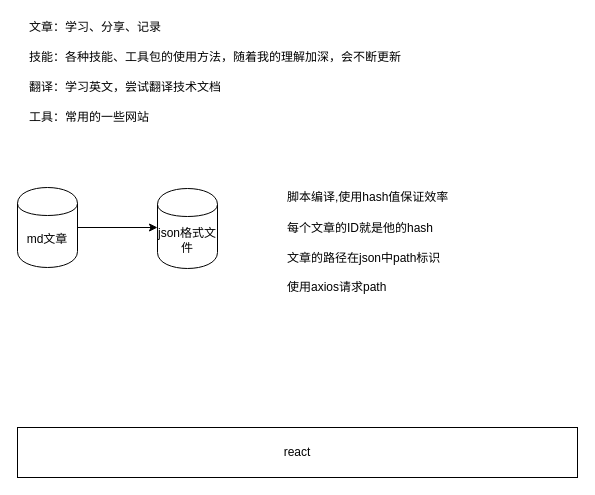
The draw.io diagram farmework.drawio in sdta25196/my-blog, before the edit. Source tidied: cells renumbered, new cells numbered last; positions are measured from the earlier drawing's top-left corner, leaving out a move shared by most shapes. Both pictures are drawn from the tidied source at 100%, with x=0, y=0 at pixel (17, 17).
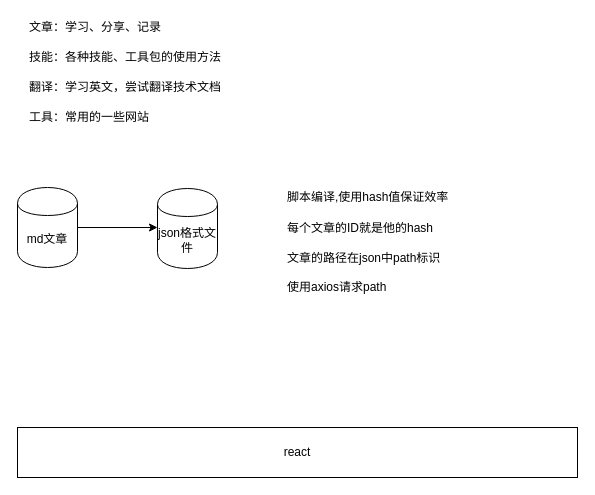
The same page after the edit.

What changed in the source:
```diff
@@
 <mxGraphModel>
   <root>
     <mxCell id="0" />
     <mxCell id="1" parent="0" />
     <mxCell id="2" value="md文章" style="shape=cylinder;whiteSpace=wrap;html=1;boundedLbl=1;backgroundOutline=1;" parent="1" vertex="1">
       <mxGeometry y="170" width="60" height="80" as="geometry" />
     </mxCell>
     <mxCell id="3" value="react" style="rounded=0;whiteSpace=wrap;html=1;" parent="1" vertex="1">
       <mxGeometry y="410" width="560" height="50" as="geometry" />
     </mxCell>
     <mxCell id="4" style="endArrow=classic;html=1;" parent="1" edge="1">
       <mxGeometry relative="1" as="geometry">
         <mxPoint x="60" y="210" as="sourcePoint" />
         <mxPoint x="140" y="210" as="targetPoint" />
       </mxGeometry>
     </mxCell>
     <mxCell id="5" value="json格式文件" style="shape=cylinder;whiteSpace=wrap;html=1;boundedLbl=1;backgroundOutline=1;" parent="1" vertex="1">
       <mxGeometry x="140" y="171" width="60" height="80" as="geometry" />
     </mxCell>
     <mxCell id="6" value="&lt;font style=&quot;font-size: 12px&quot;&gt;脚本编译,使用hash值保证效率&lt;/font&gt;" style="text;html=1;strokeColor=none;fillColor=none;align=left;verticalAlign=middle;whiteSpace=wrap;rounded=0;" parent="1" vertex="1">
       <mxGeometry x="268" y="170" width="200" height="20" as="geometry" />
     </mxCell>
     <mxCell id="7" value="每个文章的ID就是他的hash" style="text;html=1;strokeColor=none;fillColor=none;align=left;verticalAlign=middle;whiteSpace=wrap;rounded=0;" parent="1" vertex="1">
       <mxGeometry x="268" y="200.5" width="210" height="20" as="geometry" />
     </mxCell>
     <mxCell id="8" value="文章的路径在json中path标识" style="text;html=1;strokeColor=none;fillColor=none;align=left;verticalAlign=middle;whiteSpace=wrap;rounded=0;" parent="1" vertex="1">
       <mxGeometry x="268" y="231" width="190" height="20" as="geometry" />
     </mxCell>
     <mxCell id="9" value="使用axios请求path" style="text;html=1;align=left;verticalAlign=top;spacingTop=-4;" parent="1" vertex="1">
       <mxGeometry x="268" y="260" width="110" height="20" as="geometry" />
     </mxCell>
     <mxCell id="10" value="工具：常用的一些网站" style="text;html=1;strokeColor=none;fillColor=none;align=left;verticalAlign=middle;whiteSpace=wrap;rounded=0;" parent="1" vertex="1">
       <mxGeometry x="10" y="89.5" width="470" height="20" as="geometry" />
     </mxCell>
     <mxCell id="11" value="翻译：学习英文，尝试翻译技术文档" style="text;html=1;strokeColor=none;fillColor=none;align=left;verticalAlign=middle;whiteSpace=wrap;rounded=0;" parent="1" vertex="1">
       <mxGeometry x="10" y="60" width="470" height="20" as="geometry" />
     </mxCell>
-    <mxCell id="12" value="技能：各种技能、工具包的使用方法，随着我的理解加深，会不断更新" style="text;html=1;strokeColor=none;fillColor=none;align=left;verticalAlign=middle;whiteSpace=wrap;rounded=0;" parent="1" vertex="1">
+    <mxCell id="12" value="技能：各种技能、工具包的使用方法" style="text;html=1;strokeColor=none;fillColor=none;align=left;verticalAlign=middle;whiteSpace=wrap;rounded=0;" parent="1" vertex="1">
       <mxGeometry x="10" y="30" width="470" height="20" as="geometry" />
     </mxCell>
     <mxCell id="13" value="文章：学习、分享、记录" style="text;html=1;strokeColor=none;fillColor=none;align=left;verticalAlign=middle;whiteSpace=wrap;rounded=0;" parent="1" vertex="1">
       <mxGeometry x="10" width="470" height="20" as="geometry" />
     </mxCell>
   </root>
 </mxGraphModel>
```
